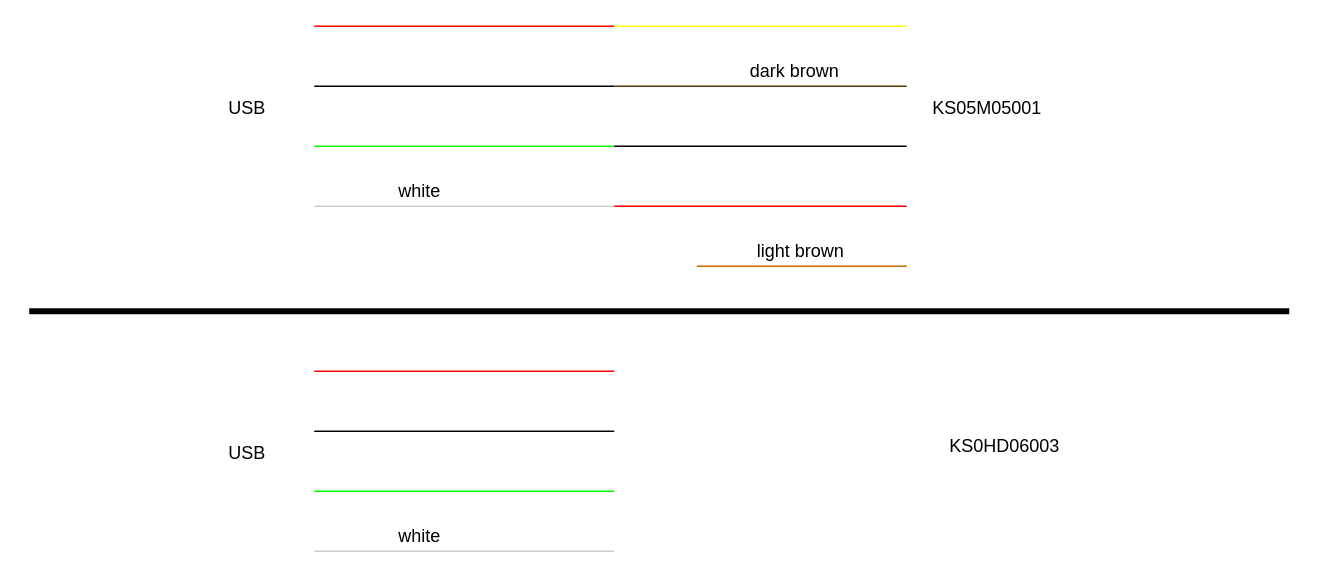
Before: Webcam to USB.drawio in jpatrick5402/Homemade-Webcam, a draw.io diagram. Source tidied: cells renumbered, new cells numbered last; positions are measured from the earlier drawing's top-left corner, leaving out a move shared by most shapes. Both pictures are drawn from the tidied source at 150%, with x=0, y=0 at pixel (28, 26).
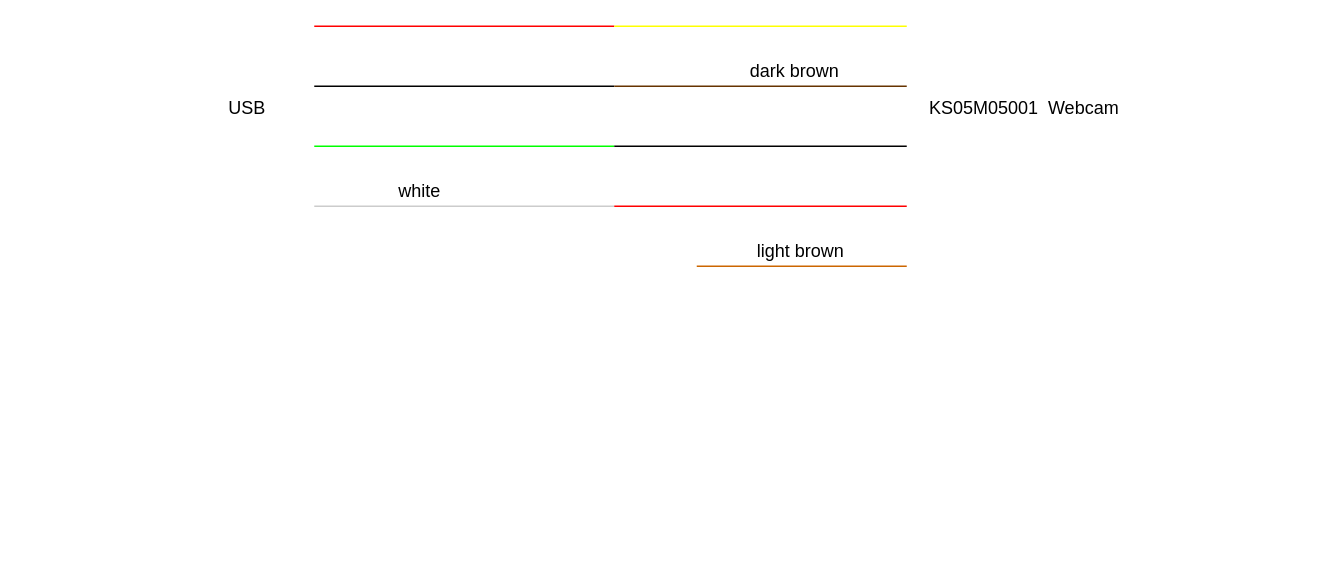
After the change.

Change to the diagram source:
```diff
@@
-    <mxCell id="12" value="KS05M05001&amp;nbsp;" style="text;html=1;align=center;verticalAlign=middle;strokeColor=none;fillColor=none;" parent="1" vertex="1">
-      <mxGeometry x="590" y="40" width="100" height="30" as="geometry" />
+    <mxCell id="12" value="KS05M05001&amp;nbsp; Webcam" style="text;html=1;align=center;verticalAlign=middle;strokeColor=none;fillColor=none;" parent="1" vertex="1">
+      <mxGeometry x="593" y="45" width="140" height="20" as="geometry" />
     </mxCell>
@@
-    <mxCell id="16" style="endArrow=none;html=1;rounded=0;strokeWidth=4;" parent="1" edge="1">
-      <mxGeometry relative="1" as="geometry">
-        <mxPoint y="190" as="sourcePoint" />
-        <mxPoint x="840" y="190" as="targetPoint" />
-      </mxGeometry>
-    </mxCell>
-    <mxCell id="17" value="USB" style="text;html=1;align=center;verticalAlign=middle;strokeColor=none;fillColor=none;" parent="1" vertex="1">
-      <mxGeometry x="120" y="270" width="50" height="30" as="geometry" />
-    </mxCell>
-    <mxCell id="18" style="endArrow=none;html=1;rounded=0;strokeColor=#FF0000;shadow=0;" parent="1" edge="1">
-      <mxGeometry relative="1" as="geometry">
-        <mxPoint x="190" y="230" as="sourcePoint" />
-        <mxPoint x="390" y="230" as="targetPoint" />
-      </mxGeometry>
-    </mxCell>
-    <mxCell id="19" style="endArrow=none;html=1;rounded=0;shadow=0;" parent="1" edge="1">
-      <mxGeometry relative="1" as="geometry">
-        <mxPoint x="190" y="270" as="sourcePoint" />
-        <mxPoint x="390" y="270" as="targetPoint" />
-      </mxGeometry>
-    </mxCell>
-    <mxCell id="20" style="endArrow=none;html=1;rounded=0;strokeColor=#00FF00;shadow=0;" parent="1" edge="1">
-      <mxGeometry relative="1" as="geometry">
-        <mxPoint x="190" y="310" as="sourcePoint" />
-        <mxPoint x="390" y="310" as="targetPoint" />
-      </mxGeometry>
-    </mxCell>
-    <mxCell id="21" style="endArrow=none;html=1;rounded=0;strokeColor=#CCCCCC;shadow=0;sketch=0;" parent="1" edge="1">
-      <mxGeometry relative="1" as="geometry">
-        <mxPoint x="190" y="350" as="sourcePoint" />
-        <mxPoint x="390" y="350" as="targetPoint" />
-      </mxGeometry>
-    </mxCell>
-    <mxCell id="22" value="white" style="text;html=1;align=center;verticalAlign=middle;strokeColor=none;fillColor=none;shadow=0;" parent="1" vertex="1">
-      <mxGeometry x="235" y="325" width="50" height="30" as="geometry" />
-    </mxCell>
-    <mxCell id="23" value="KS0HD06003" style="text;html=1;align=center;verticalAlign=middle;strokeColor=none;fillColor=none;" parent="1" vertex="1">
-      <mxGeometry x="600" y="265" width="100" height="30" as="geometry" />
-    </mxCell>
```
